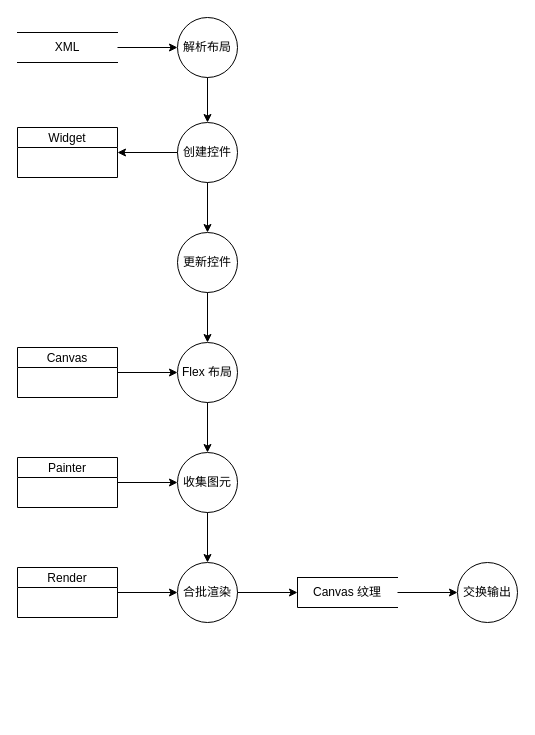
Before: page "数据流" (2 of 2) of Document/UML.drawio in ChivenZhang/OpenUI, a draw.io diagram. Source tidied: cells renumbered, new cells numbered last; positions are measured from the earlier drawing's top-left corner, leaving out a move shared by most shapes. Both pictures are drawn from the tidied source at 100%, with x=0, y=0 at pixel (17, 17).
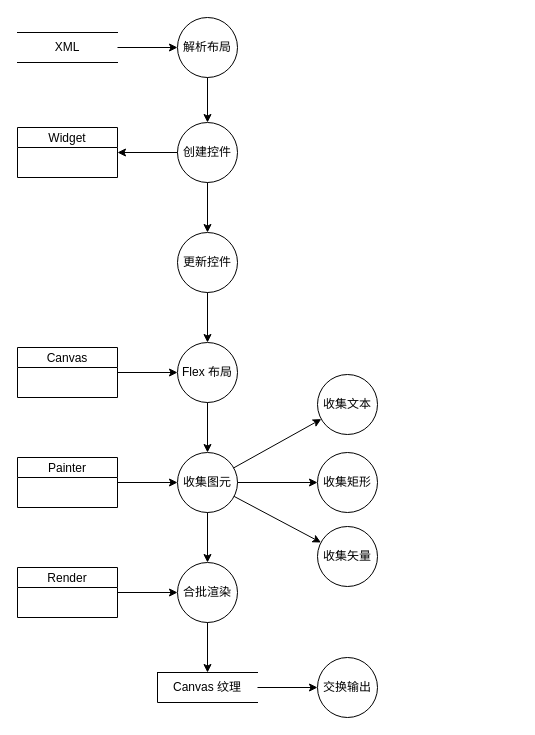
The same page after the edit.

The change refers to these unchanged cells:
```xml
<mxCell id="12" value="收集图元" style="shape=ellipse;html=1;dashed=0;whiteSpace=wrap;perimeter=ellipsePerimeter;" parent="1" vertex="1">
  <mxGeometry x="160" y="435" width="60" height="60" as="geometry" />
</mxCell>
```

Change to the diagram source:
```diff
@@
     <mxCell id="23" value="交换输出" style="shape=ellipse;html=1;dashed=0;whiteSpace=wrap;perimeter=ellipsePerimeter;" parent="1" vertex="1">
-      <mxGeometry x="440" y="545" width="60" height="60" as="geometry" />
+      <mxGeometry x="300" y="640" width="60" height="60" as="geometry" />
     </mxCell>
     <mxCell id="24" value="Canvas 纹理" style="html=1;dashed=0;whiteSpace=wrap;shape=partialRectangle;right=0;" parent="1" vertex="1">
-      <mxGeometry x="280" y="560" width="100" height="30" as="geometry" />
+      <mxGeometry x="140" y="655" width="100" height="30" as="geometry" />
     </mxCell>
@@
+    <mxCell id="27" value="收集文本" style="shape=ellipse;html=1;dashed=0;whiteSpace=wrap;perimeter=ellipsePerimeter;" parent="1" vertex="1">
+      <mxGeometry x="300" y="357" width="60" height="60" as="geometry" />
+    </mxCell>
+    <mxCell id="28" value="收集矢量" style="shape=ellipse;html=1;dashed=0;whiteSpace=wrap;perimeter=ellipsePerimeter;" parent="1" vertex="1">
+      <mxGeometry x="300" y="509" width="60" height="60" as="geometry" />
+    </mxCell>
+    <mxCell id="29" style="endArrow=classic;html=1;rounded=0;" parent="1" edge="1" source="12" target="27">
+      <mxGeometry relative="1" as="geometry" />
+    </mxCell>
+    <mxCell id="30" style="endArrow=classic;html=1;rounded=0;" parent="1" edge="1" source="12" target="28">
+      <mxGeometry relative="1" as="geometry" />
+    </mxCell>
+    <mxCell id="31" value="收集矩形" style="shape=ellipse;html=1;dashed=0;whiteSpace=wrap;perimeter=ellipsePerimeter;" parent="1" vertex="1">
+      <mxGeometry x="300" y="435" width="60" height="60" as="geometry" />
+    </mxCell>
+    <mxCell id="32" style="endArrow=classic;html=1;rounded=0;" parent="1" edge="1" source="12" target="31">
+      <mxGeometry relative="1" as="geometry" />
+    </mxCell>
```
